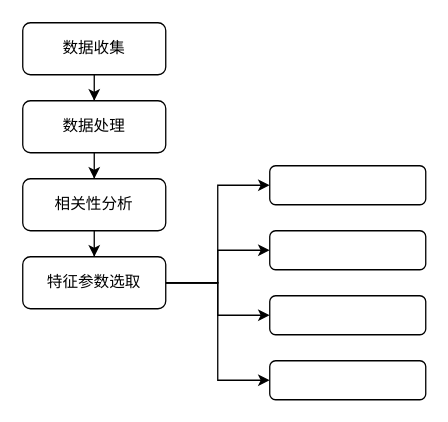
This is 未命名绘图.drawio from Byomyyt/GnTCN, a draw.io file, before an edit. Source tidied: cells renumbered, new cells numbered last; positions are measured from the earlier drawing's top-left corner, leaving out a move shared by most shapes. Both pictures are drawn from the tidied source at 130%, with x=0, y=0 at pixel (22, 22).
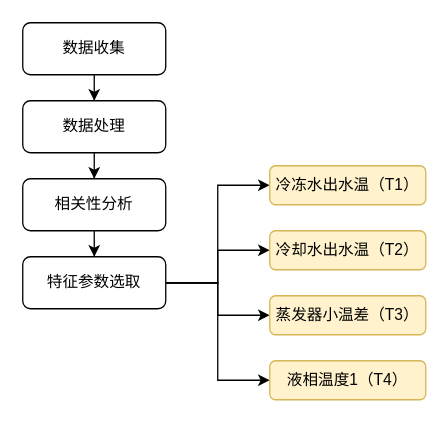
The same diagram, later.

Commit message (it also covers changes not shown here):
更新未命名绘图.drawio

What changed in the source:
```diff
@@
 <mxGraphModel>
   <root>
     <mxCell id="0" />
     <mxCell id="1" parent="0" />
     <mxCell id="2" style="edgeStyle=orthogonalEdgeStyle;rounded=0;jettySize=auto;html=1;" parent="1" edge="1" source="3" target="5">
       <mxGeometry relative="1" as="geometry" />
     </mxCell>
     <mxCell id="3" value="数据收集" style="rounded=1;whiteSpace=wrap;html=1;shadow=0;strokeWidth=1;glass=0;" parent="1" vertex="1">
       <mxGeometry width="110" height="40" as="geometry" />
     </mxCell>
     <mxCell id="4" style="edgeStyle=orthogonalEdgeStyle;rounded=0;jettySize=auto;html=1;" parent="1" edge="1" source="5" target="7">
       <mxGeometry relative="1" as="geometry" />
     </mxCell>
     <mxCell id="5" value="数据处理" style="rounded=1;whiteSpace=wrap;html=1;shadow=0;strokeWidth=1;glass=0;" parent="1" vertex="1">
       <mxGeometry y="60" width="110" height="40" as="geometry" />
     </mxCell>
     <mxCell id="6" style="edgeStyle=orthogonalEdgeStyle;rounded=0;jettySize=auto;html=1;" parent="1" edge="1" source="7" target="12">
       <mxGeometry relative="1" as="geometry" />
     </mxCell>
     <mxCell id="7" value="相关性分析" style="rounded=1;whiteSpace=wrap;html=1;shadow=0;strokeWidth=1;glass=0;" parent="1" vertex="1">
       <mxGeometry y="120" width="110" height="40" as="geometry" />
     </mxCell>
     <mxCell id="8" style="edgeStyle=orthogonalEdgeStyle;rounded=0;jettySize=auto;html=1;entryX=0;entryY=0.5;entryDx=0;entryDy=0;" parent="1" edge="1" source="12" target="13">
       <mxGeometry relative="1" as="geometry" />
     </mxCell>
     <mxCell id="9" style="edgeStyle=orthogonalEdgeStyle;rounded=0;jettySize=auto;html=1;exitX=1;exitY=0.5;exitDx=0;exitDy=0;entryX=0;entryY=0.5;entryDx=0;entryDy=0;" parent="1" edge="1" source="12" target="16">
       <mxGeometry relative="1" as="geometry" />
     </mxCell>
     <mxCell id="10" style="edgeStyle=orthogonalEdgeStyle;rounded=0;jettySize=auto;html=1;exitX=1;exitY=0.5;exitDx=0;exitDy=0;entryX=0;entryY=0.5;entryDx=0;entryDy=0;" parent="1" edge="1" source="12" target="14">
       <mxGeometry relative="1" as="geometry" />
     </mxCell>
     <mxCell id="11" style="edgeStyle=orthogonalEdgeStyle;rounded=0;jettySize=auto;html=1;exitX=1;exitY=0.5;exitDx=0;exitDy=0;entryX=0;entryY=0.5;entryDx=0;entryDy=0;" parent="1" edge="1" source="12" target="15">
       <mxGeometry relative="1" as="geometry" />
     </mxCell>
     <mxCell id="12" value="特征参数选取" style="rounded=1;whiteSpace=wrap;html=1;shadow=0;strokeWidth=1;glass=0;" parent="1" vertex="1">
       <mxGeometry y="180" width="110" height="40" as="geometry" />
     </mxCell>
-    <mxCell id="13" style="rounded=1;whiteSpace=wrap;html=1;shadow=0;strokeWidth=1;glass=0;" parent="1" vertex="1">
+    <mxCell id="13" value="冷冻水出水温（T1）" style="rounded=1;whiteSpace=wrap;html=1;shadow=0;strokeWidth=1;glass=0;fillColor=#fff2cc;strokeColor=#d6b656;" parent="1" vertex="1">
       <mxGeometry x="190" y="110" width="120" height="30" as="geometry" />
     </mxCell>
-    <mxCell id="14" style="rounded=1;whiteSpace=wrap;html=1;shadow=0;strokeWidth=1;glass=0;" parent="1" vertex="1">
+    <mxCell id="14" value="蒸发器小温差（T3）" style="rounded=1;whiteSpace=wrap;html=1;shadow=0;strokeWidth=1;glass=0;fillColor=#fff2cc;strokeColor=#d6b656;" parent="1" vertex="1">
       <mxGeometry x="190" y="210" width="120" height="30" as="geometry" />
     </mxCell>
-    <mxCell id="15" style="rounded=1;whiteSpace=wrap;html=1;shadow=0;strokeWidth=1;glass=0;" parent="1" vertex="1">
+    <mxCell id="15" value="液相温度1（T4）" style="rounded=1;whiteSpace=wrap;html=1;shadow=0;strokeWidth=1;glass=0;fillColor=#fff2cc;strokeColor=#d6b656;" parent="1" vertex="1">
       <mxGeometry x="190" y="260" width="120" height="30" as="geometry" />
     </mxCell>
-    <mxCell id="16" style="rounded=1;whiteSpace=wrap;html=1;shadow=0;strokeWidth=1;glass=0;" parent="1" vertex="1">
+    <mxCell id="16" value="冷却水出水温（T2）" style="rounded=1;whiteSpace=wrap;html=1;shadow=0;strokeWidth=1;glass=0;fillColor=#fff2cc;strokeColor=#d6b656;" parent="1" vertex="1">
       <mxGeometry x="190" y="160" width="120" height="30" as="geometry" />
     </mxCell>
   </root>
 </mxGraphModel>
```
